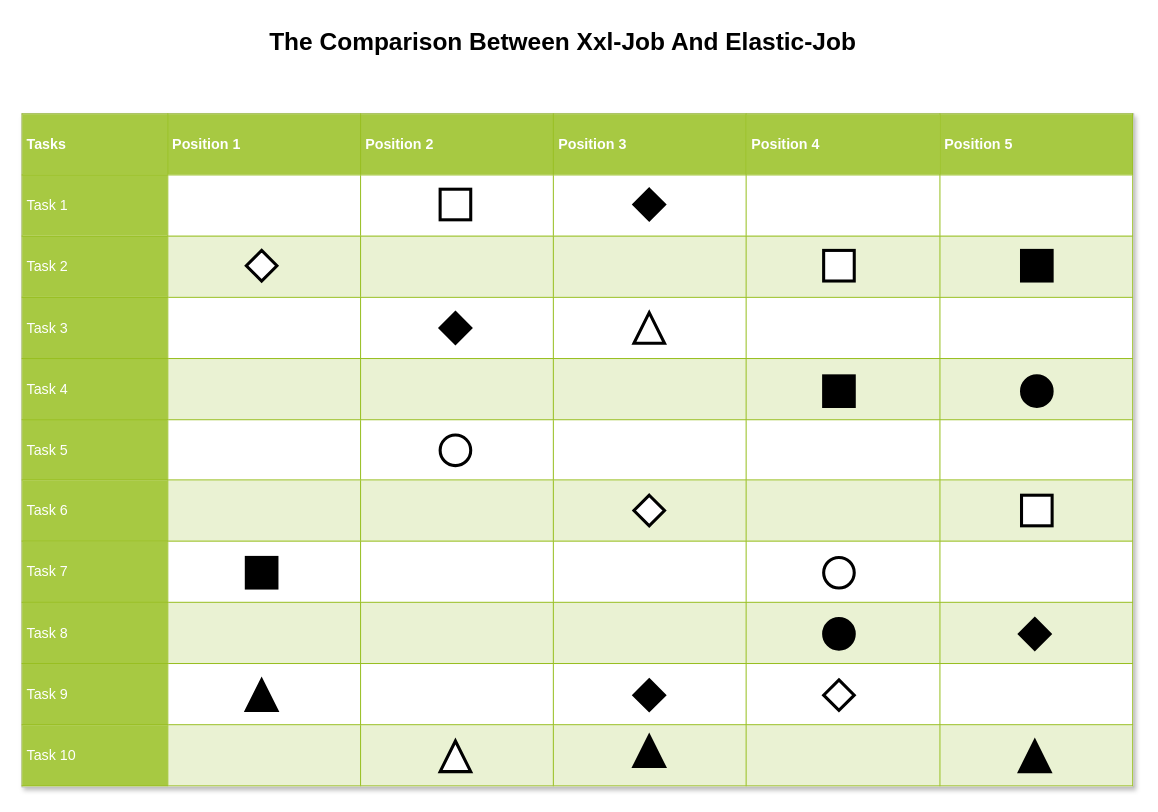
Above: xxl-job/The Comparison Between Xxl-Job And Elastic-Job.drawio in llrrbaba/BlogList (draw.io), before the change. Source tidied: cells renumbered, new cells numbered last; positions are measured from the earlier drawing's top-left corner, leaving out a move shared by most shapes. Both pictures are drawn from the tidied source at 102%, with x=0, y=0 at pixel (21, 21).
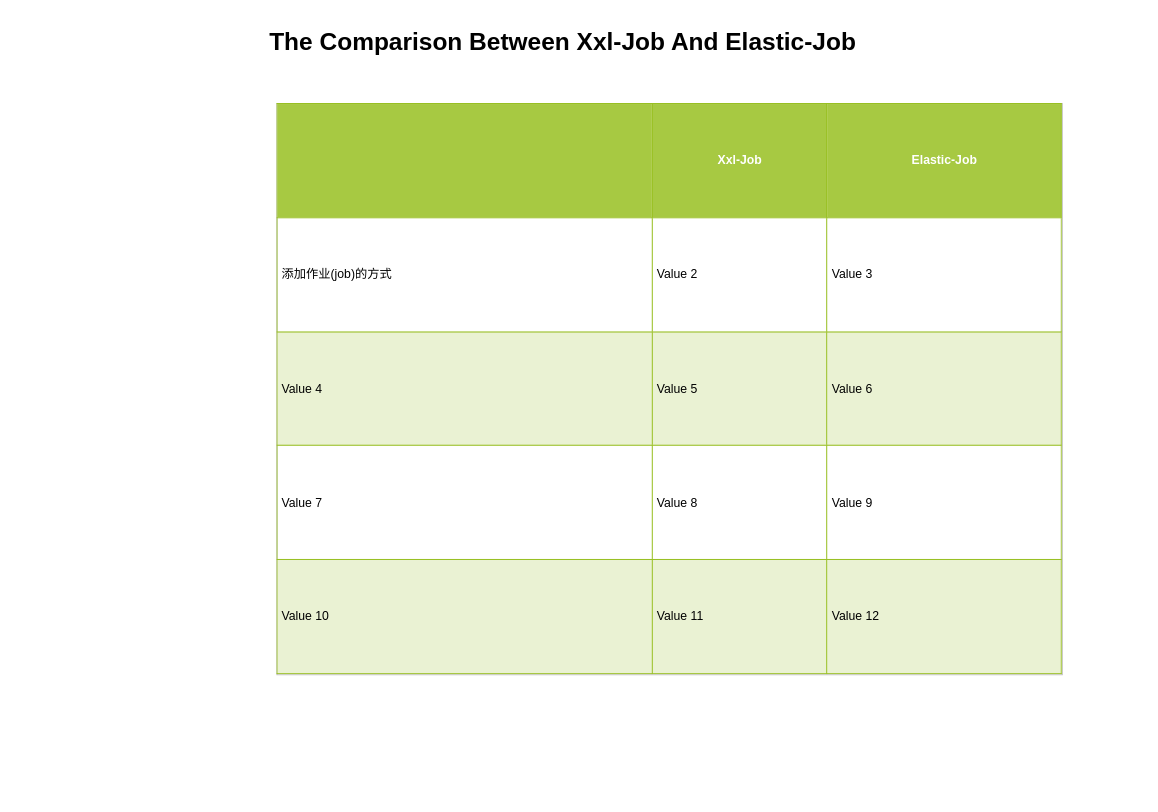
After the change.

Diff of the diagram source:
```diff
@@
-    <mxCell id="2" value="&lt;table border=&quot;1&quot; width=&quot;100%&quot; cellpadding=&quot;4&quot; style=&quot;width: 100% ; height: 100% ; border-collapse: collapse&quot;&gt;&lt;tbody&gt;&lt;tr style=&quot;background-color: #a7c942 ; color: #ffffff ; border: 1px solid #98bf21&quot;&gt;&lt;th&gt;Tasks&lt;/th&gt;&lt;th&gt;Position 1&lt;/th&gt;&lt;th&gt;Position 2&lt;/th&gt;&lt;th&gt;Position 3&lt;/th&gt;&lt;th&gt;Position 4&lt;/th&gt;&lt;th&gt;Position 5&lt;/th&gt;&lt;/tr&gt;&lt;tr style=&quot;border: 1px solid #98bf21&quot;&gt;&lt;td style=&quot;background-color: #a7c942 ; color: #ffffff ; border: 1px solid #98bf21&quot;&gt;Task 1&lt;/td&gt;&lt;td&gt;&lt;/td&gt;&lt;td&gt;&lt;/td&gt;&lt;td&gt;&lt;br&gt;&lt;/td&gt;&lt;td&gt;&lt;br&gt;&lt;/td&gt;&lt;td&gt;&lt;br&gt;&lt;/td&gt;&lt;/tr&gt;&lt;tr style=&quot;background-color: #eaf2d3 ; border: 1px solid #98bf21&quot;&gt;&lt;td style=&quot;background-color: #a7c942 ; color: #ffffff ; border: 1px solid #98bf21&quot;&gt;Task 2&lt;/td&gt;&lt;td&gt;&lt;/td&gt;&lt;td&gt;&lt;/td&gt;&lt;td&gt;&lt;br&gt;&lt;/td&gt;&lt;td&gt;&lt;br&gt;&lt;/td&gt;&lt;td&gt;&lt;br&gt;&lt;/td&gt;&lt;/tr&gt;&lt;tr style=&quot;border: 1px solid #98bf21&quot;&gt;&lt;td style=&quot;background-color: #a7c942 ; color: #ffffff ; border: 1px solid #98bf21&quot;&gt;Task 3&lt;/td&gt;&lt;td&gt;&lt;/td&gt;&lt;td&gt;&lt;/td&gt;&lt;td&gt;&lt;br&gt;&lt;/td&gt;&lt;td&gt;&lt;br&gt;&lt;/td&gt;&lt;td&gt;&lt;br&gt;&lt;/td&gt;&lt;/tr&gt;&lt;tr style=&quot;background-color: #eaf2d3 ; border: 1px solid #98bf21&quot;&gt;&lt;td style=&quot;background-color: #a7c942 ; color: #ffffff ; border: 1px solid #98bf21&quot;&gt;Task 4&lt;/td&gt;&lt;td&gt;&lt;/td&gt;&lt;td&gt;&lt;/td&gt;&lt;td&gt;&lt;br&gt;&lt;/td&gt;&lt;td&gt;&lt;br&gt;&lt;/td&gt;&lt;td&gt;&lt;br&gt;&lt;/td&gt;&lt;/tr&gt;&lt;tr style=&quot;border: 1px solid #98bf21&quot;&gt;&lt;td style=&quot;background-color: #a7c942 ; color: #ffffff ; border: 1px solid #98bf21&quot;&gt;Task 5&lt;br&gt;&lt;/td&gt;&lt;td&gt;&lt;br&gt;&lt;/td&gt;&lt;td&gt;&lt;br&gt;&lt;/td&gt;&lt;td&gt;&lt;br&gt;&lt;/td&gt;&lt;td&gt;&lt;br&gt;&lt;/td&gt;&lt;td&gt;&lt;br&gt;&lt;/td&gt;&lt;/tr&gt;&lt;tr style=&quot;background-color: #eaf2d3 ; border: 1px solid #98bf21&quot;&gt;&lt;td style=&quot;background-color: #a7c942 ; color: #ffffff ; border: 1px solid #98bf21&quot;&gt;Task 6&lt;br&gt;&lt;/td&gt;&lt;td&gt;&lt;br&gt;&lt;/td&gt;&lt;td&gt;&lt;br&gt;&lt;/td&gt;&lt;td&gt;&lt;br&gt;&lt;/td&gt;&lt;td&gt;&lt;br&gt;&lt;/td&gt;&lt;td&gt;&lt;br&gt;&lt;/td&gt;&lt;/tr&gt;&lt;tr style=&quot;border: 1px solid #98bf21&quot;&gt;&lt;td style=&quot;background-color: #a7c942 ; color: #ffffff ; border: 1px solid #98bf21&quot;&gt;Task 7&lt;br&gt;&lt;/td&gt;&lt;td&gt;&lt;br&gt;&lt;/td&gt;&lt;td&gt;&lt;br&gt;&lt;/td&gt;&lt;td&gt;&lt;br&gt;&lt;/td&gt;&lt;td&gt;&lt;br&gt;&lt;/td&gt;&lt;td&gt;&lt;br&gt;&lt;/td&gt;&lt;/tr&gt;&lt;tr style=&quot;background-color: #eaf2d3 ; border: 1px solid #98bf21&quot;&gt;&lt;td style=&quot;background-color: #a7c942 ; color: #ffffff ; border: 1px solid #98bf21&quot;&gt;Task 8&lt;br&gt;&lt;/td&gt;&lt;td&gt;&lt;br&gt;&lt;/td&gt;&lt;td&gt;&lt;br&gt;&lt;/td&gt;&lt;td&gt;&lt;br&gt;&lt;/td&gt;&lt;td&gt;&lt;br&gt;&lt;/td&gt;&lt;td&gt;&lt;br&gt;&lt;/td&gt;&lt;/tr&gt;&lt;tr style=&quot;border: 1px solid #98bf21&quot;&gt;&lt;td style=&quot;background-color: #a7c942 ; color: #ffffff ; border: 1px solid #98bf21&quot;&gt;Task 9&lt;br&gt;&lt;/td&gt;&lt;td&gt;&lt;br&gt;&lt;/td&gt;&lt;td&gt;&lt;br&gt;&lt;/td&gt;&lt;td&gt;&lt;br&gt;&lt;/td&gt;&lt;td&gt;&lt;br&gt;&lt;/td&gt;&lt;td&gt;&lt;br&gt;&lt;/td&gt;&lt;/tr&gt;&lt;tr style=&quot;background-color: #eaf2d3 ; border: 1px solid #98bf21&quot;&gt;&lt;td style=&quot;background-color: #a7c942 ; color: #ffffff ; border: 1px solid #98bf21&quot;&gt;Task 10&lt;br&gt;&lt;/td&gt;&lt;td&gt;&lt;br&gt;&lt;/td&gt;&lt;td&gt;&lt;br&gt;&lt;/td&gt;&lt;td&gt;&lt;br&gt;&lt;/td&gt;&lt;td&gt;&lt;br&gt;&lt;/td&gt;&lt;td&gt;&lt;br&gt;&lt;/td&gt;&lt;/tr&gt;&lt;/tbody&gt;&lt;/table&gt;" style="text;html=1;strokeColor=#c0c0c0;fillColor=#ffffff;overflow=fill;rounded=0;shadow=1;fontSize=14;fontColor=#000000;" parent="1" vertex="1">
-      <mxGeometry y="90" width="1090" height="660" as="geometry" />
-    </mxCell>
@@
-    <mxCell id="4" style="ellipse;whiteSpace=wrap;html=1;rounded=0;shadow=0;strokeWidth=3;fontSize=14;fontColor=#000000;" parent="1" vertex="1">
-      <mxGeometry x="786" y="525" width="30" height="30" as="geometry" />
-    </mxCell>
-    <mxCell id="5" style="ellipse;whiteSpace=wrap;html=1;rounded=0;shadow=0;strokeWidth=3;fontSize=14;fontColor=#000000;" parent="1" vertex="1">
-      <mxGeometry x="410" y="405" width="30" height="30" as="geometry" />
-    </mxCell>
-    <mxCell id="6" style="ellipse;whiteSpace=wrap;html=1;rounded=0;shadow=0;strokeWidth=3;fontSize=14;fontColor=#000000;fillColor=#000000;" parent="1" vertex="1">
-      <mxGeometry x="980" y="347" width="30" height="30" as="geometry" />
-    </mxCell>
-    <mxCell id="7" style="ellipse;whiteSpace=wrap;html=1;rounded=0;shadow=0;strokeWidth=3;fontSize=14;fontColor=#000000;fillColor=#000000;" parent="1" vertex="1">
-      <mxGeometry x="786" y="585" width="30" height="30" as="geometry" />
-    </mxCell>
-    <mxCell id="8" style="triangle;whiteSpace=wrap;html=1;rounded=0;shadow=0;strokeWidth=3;fillColor=#ffffff;fontSize=14;fontColor=#000000;direction=north;" parent="1" vertex="1">
-      <mxGeometry x="410" y="705" width="30" height="30" as="geometry" />
-    </mxCell>
-    <mxCell id="9" style="triangle;whiteSpace=wrap;html=1;rounded=0;shadow=0;strokeWidth=3;fillColor=#ffffff;fontSize=14;fontColor=#000000;direction=north;" parent="1" vertex="1">
-      <mxGeometry x="600" y="285" width="30" height="30" as="geometry" />
-    </mxCell>
-    <mxCell id="10" style="triangle;whiteSpace=wrap;html=1;rounded=0;shadow=0;strokeWidth=3;fillColor=#000000;fontSize=14;fontColor=#000000;direction=north;" parent="1" vertex="1">
-      <mxGeometry x="978" y="705" width="30" height="30" as="geometry" />
-    </mxCell>
-    <mxCell id="11" style="triangle;whiteSpace=wrap;html=1;rounded=0;shadow=0;strokeWidth=3;fillColor=#000000;fontSize=14;fontColor=#000000;direction=north;" parent="1" vertex="1">
-      <mxGeometry x="600" y="700" width="30" height="30" as="geometry" />
-    </mxCell>
-    <mxCell id="12" style="triangle;whiteSpace=wrap;html=1;rounded=0;shadow=0;strokeWidth=3;fillColor=#000000;fontSize=14;fontColor=#000000;direction=north;" parent="1" vertex="1">
-      <mxGeometry x="220" y="645" width="30" height="30" as="geometry" />
-    </mxCell>
-    <mxCell id="13" style="whiteSpace=wrap;html=1;rounded=0;shadow=0;strokeWidth=3;fillColor=#ffffff;fontSize=14;fontColor=#000000;" parent="1" vertex="1">
-      <mxGeometry x="410" y="164" width="30" height="30" as="geometry" />
-    </mxCell>
-    <mxCell id="14" style="whiteSpace=wrap;html=1;rounded=0;shadow=0;strokeWidth=3;fillColor=#ffffff;fontSize=14;fontColor=#000000;" parent="1" vertex="1">
-      <mxGeometry x="786" y="224" width="30" height="30" as="geometry" />
-    </mxCell>
-    <mxCell id="15" style="whiteSpace=wrap;html=1;rounded=0;shadow=0;strokeWidth=3;fillColor=#ffffff;fontSize=14;fontColor=#000000;" parent="1" vertex="1">
-      <mxGeometry x="980" y="464" width="30" height="30" as="geometry" />
-    </mxCell>
-    <mxCell id="16" style="whiteSpace=wrap;html=1;rounded=0;shadow=0;strokeWidth=3;fillColor=#000000;fontSize=14;fontColor=#000000;" parent="1" vertex="1">
-      <mxGeometry x="220" y="525" width="30" height="30" as="geometry" />
-    </mxCell>
-    <mxCell id="17" style="whiteSpace=wrap;html=1;rounded=0;shadow=0;strokeWidth=3;fillColor=#000000;fontSize=14;fontColor=#000000;" parent="1" vertex="1">
-      <mxGeometry x="786" y="347" width="30" height="30" as="geometry" />
-    </mxCell>
-    <mxCell id="18" style="whiteSpace=wrap;html=1;rounded=0;shadow=0;strokeWidth=3;fillColor=#000000;fontSize=14;fontColor=#000000;" parent="1" vertex="1">
-      <mxGeometry x="980" y="224" width="30" height="30" as="geometry" />
-    </mxCell>
-    <mxCell id="19" style="rhombus;whiteSpace=wrap;html=1;rounded=0;shadow=0;strokeWidth=3;fillColor=#ffffff;fontSize=14;fontColor=#000000;" parent="1" vertex="1">
-      <mxGeometry x="600" y="464" width="30" height="30" as="geometry" />
-    </mxCell>
-    <mxCell id="20" style="rhombus;whiteSpace=wrap;html=1;rounded=0;shadow=0;strokeWidth=3;fillColor=#ffffff;fontSize=14;fontColor=#000000;" parent="1" vertex="1">
-      <mxGeometry x="220" y="224" width="30" height="30" as="geometry" />
-    </mxCell>
-    <mxCell id="21" style="rhombus;whiteSpace=wrap;html=1;rounded=0;shadow=0;strokeWidth=3;fillColor=#ffffff;fontSize=14;fontColor=#000000;" parent="1" vertex="1">
-      <mxGeometry x="786" y="645" width="30" height="30" as="geometry" />
-    </mxCell>
-    <mxCell id="22" style="rhombus;whiteSpace=wrap;html=1;rounded=0;shadow=0;strokeWidth=3;fillColor=#000000;fontSize=14;fontColor=#000000;" parent="1" vertex="1">
-      <mxGeometry x="978" y="585" width="30" height="30" as="geometry" />
-    </mxCell>
-    <mxCell id="23" style="rhombus;whiteSpace=wrap;html=1;rounded=0;shadow=0;strokeWidth=3;fillColor=#000000;fontSize=14;fontColor=#000000;" parent="1" vertex="1">
-      <mxGeometry x="410" y="285" width="30" height="30" as="geometry" />
-    </mxCell>
-    <mxCell id="24" style="rhombus;whiteSpace=wrap;html=1;rounded=0;shadow=0;strokeWidth=3;fillColor=#000000;fontSize=14;fontColor=#000000;" parent="1" vertex="1">
-      <mxGeometry x="600" y="164" width="30" height="30" as="geometry" />
-    </mxCell>
-    <mxCell id="25" style="rhombus;whiteSpace=wrap;html=1;rounded=0;shadow=0;strokeWidth=3;fillColor=#000000;fontSize=14;fontColor=#000000;" parent="1" vertex="1">
-      <mxGeometry x="600" y="645" width="30" height="30" as="geometry" />
-    </mxCell>
+    <mxCell id="26" value="&lt;table border=&quot;1&quot; width=&quot;100%&quot; cellpadding=&quot;4&quot; style=&quot;width: 100% ; height: 100% ; border-collapse: collapse&quot;&gt;&lt;tbody&gt;&lt;tr style=&quot;background-color: #a7c942 ; color: #ffffff ; border: 1px solid #98bf21&quot;&gt;&lt;th align=&quot;left&quot;&gt;&lt;br&gt;&lt;/th&gt;&lt;th align=&quot;left&quot; style=&quot;text-align: center&quot;&gt;Xxl-Job&lt;/th&gt;&lt;th align=&quot;left&quot; style=&quot;text-align: center&quot;&gt;Elastic-Job&lt;/th&gt;&lt;/tr&gt;&lt;tr style=&quot;border: 1px solid #98bf21&quot;&gt;&lt;td&gt;添加作业(job)的方式&lt;/td&gt;&lt;td&gt;Value 2&lt;/td&gt;&lt;td&gt;Value 3&lt;/td&gt;&lt;/tr&gt;&lt;tr style=&quot;background-color: #eaf2d3 ; border: 1px solid #98bf21&quot;&gt;&lt;td&gt;Value 4&lt;/td&gt;&lt;td&gt;Value 5&lt;/td&gt;&lt;td&gt;Value 6&lt;/td&gt;&lt;/tr&gt;&lt;tr style=&quot;border: 1px solid #98bf21&quot;&gt;&lt;td&gt;Value 7&lt;/td&gt;&lt;td&gt;Value 8&lt;/td&gt;&lt;td&gt;Value 9&lt;/td&gt;&lt;/tr&gt;&lt;tr style=&quot;background-color: #eaf2d3 ; border: 1px solid #98bf21&quot;&gt;&lt;td&gt;Value 10&lt;/td&gt;&lt;td&gt;Value 11&lt;/td&gt;&lt;td&gt;Value 12&lt;/td&gt;&lt;/tr&gt;&lt;/tbody&gt;&lt;/table&gt;" style="text;html=1;strokeColor=#c0c0c0;fillColor=#ffffff;overflow=fill;rounded=0;" parent="1" vertex="1">
+      <mxGeometry x="250" y="80" width="770" height="560" as="geometry" />
+    </mxCell>
```
